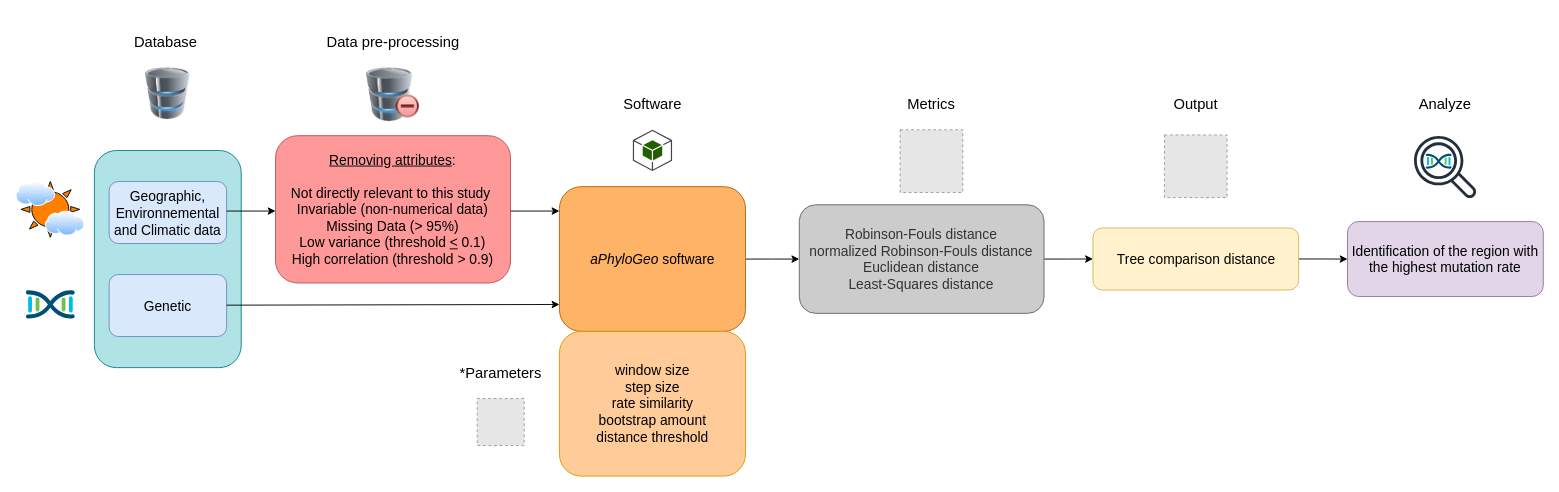
scipy-conference/scipy_proceedings keeps this draw.io diagram as papers/Gagnon_Kebe_Tahiri/diagram.drawio. Above is the earlier version. Source tidied: cells renumbered, new cells numbered last; positions are measured from the earlier drawing's top-left corner, leaving out a move shared by most shapes. Both pictures are drawn from the tidied source at 92%, with x=0, y=0 at pixel (16, 16). Pictures stored in the file or linked from it are replaced by grey dashed boxes.
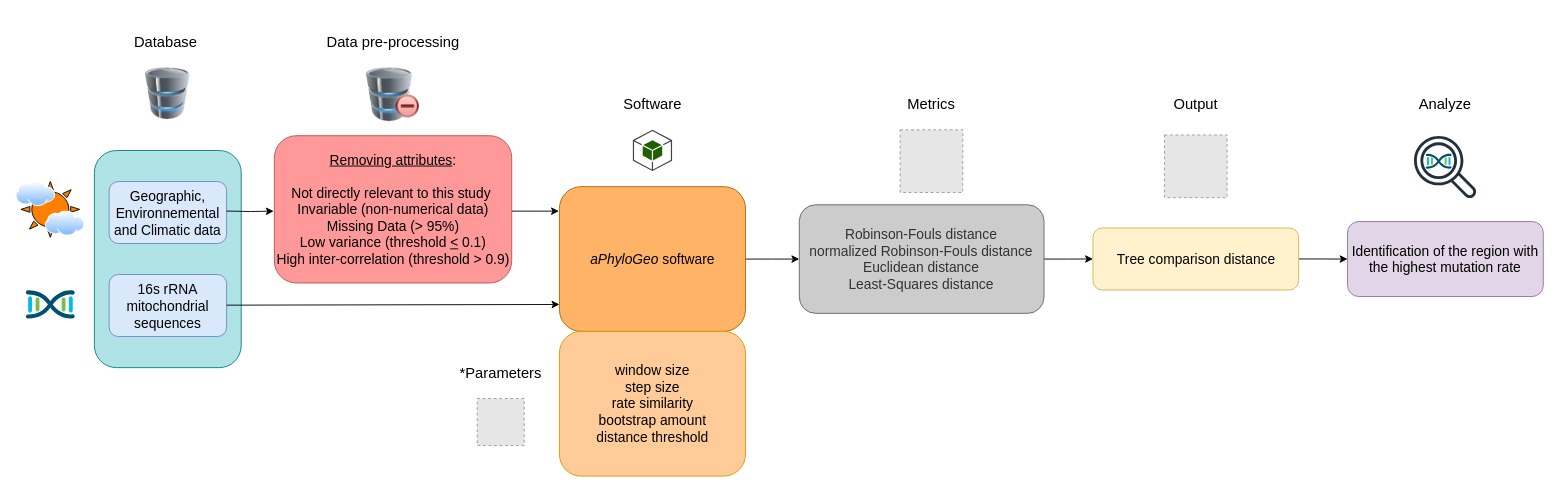
Above is the later version.

Commit message:
Mettre à jour diagram.drawio

The change refers to these unchanged cells:
```xml
<mxCell id="2" style="group;" parent="1" vertex="1">
  <mxGeometry width="1660" height="500" as="geometry" />
</mxCell>
```

The edit, as a diff of the source:
```diff
@@
-    <mxCell id="5" value="&lt;font style=&quot;font-size: 15px;&quot;&gt;Genetic&lt;/font&gt;" style="rounded=1;whiteSpace=wrap;html=1;fillColor=#dae8fc;strokeColor=#6c8ebf;" parent="2" vertex="1">
+    <mxCell id="5" value="&lt;font style=&quot;font-size: 15px;&quot;&gt;16s rRNA mitochondrial sequences&lt;/font&gt;" style="rounded=1;whiteSpace=wrap;html=1;fillColor=#dae8fc;strokeColor=#6c8ebf;" parent="2" vertex="1">
       <mxGeometry x="101.1" y="280.9" width="127.7" height="67.4" as="geometry" />
     </mxCell>
-    <mxCell id="6" value="&lt;div style=&quot;font-size: 15px;&quot;&gt;&lt;span style=&quot;background-color: initial;&quot;&gt;&lt;font style=&quot;font-size: 15px;&quot;&gt;&lt;u style=&quot;&quot;&gt;Removing attributes&lt;/u&gt;:&lt;/font&gt;&lt;/span&gt;&lt;/div&gt;&lt;div style=&quot;font-size: 15px;&quot;&gt;&lt;span style=&quot;background-color: initial;&quot;&gt;&lt;font style=&quot;font-size: 15px;&quot;&gt;&lt;br&gt;&lt;/font&gt;&lt;/span&gt;&lt;/div&gt;&lt;div style=&quot;font-size: 15px;&quot;&gt;&lt;font style=&quot;font-size: 15px;&quot;&gt;&lt;span style=&quot;background-color: initial;&quot;&gt;Not directly relevant to this study&amp;nbsp;&lt;/span&gt;&lt;br&gt;&lt;span style=&quot;background-color: initial;&quot;&gt;Invariable (non-numerical data)&lt;/span&gt;&lt;br&gt;&lt;span style=&quot;background-color: initial;&quot;&gt;Missing Data (&amp;gt; 95%)&lt;/span&gt;&lt;br&gt;&lt;span style=&quot;background-color: initial;&quot;&gt;Low variance (threshold&amp;nbsp;&lt;/span&gt;&lt;u style=&quot;background-color: initial;&quot;&gt;&amp;lt;&lt;/u&gt;&lt;span style=&quot;background-color: initial;&quot;&gt; 0.1)&lt;/span&gt;&lt;br&gt;&lt;/font&gt;&lt;/div&gt;&lt;div style=&quot;font-size: 15px;&quot;&gt;&lt;span style=&quot;background-color: initial;&quot;&gt;&lt;font style=&quot;font-size: 15px;&quot;&gt;&lt;font style=&quot;font-size: 15px;&quot;&gt;High correlation (threshold &amp;gt; 0.9&lt;/font&gt;&lt;font style=&quot;font-size: 15px;&quot;&gt;)&lt;/font&gt;&lt;/font&gt;&lt;/span&gt;&lt;/div&gt;" style="rounded=1;whiteSpace=wrap;html=1;fillColor=#FF9999;strokeColor=#b85450;align=center;" parent="2" vertex="1">
-      <mxGeometry x="282" y="130" width="255.4" height="160.1" as="geometry" />
+    <mxCell id="6" value="&lt;div style=&quot;font-size: 15px;&quot;&gt;&lt;span style=&quot;background-color: initial;&quot;&gt;&lt;font style=&quot;font-size: 15px;&quot;&gt;&lt;u style=&quot;&quot;&gt;Removing attributes&lt;/u&gt;:&lt;/font&gt;&lt;/span&gt;&lt;/div&gt;&lt;div style=&quot;font-size: 15px;&quot;&gt;&lt;span style=&quot;background-color: initial;&quot;&gt;&lt;font style=&quot;font-size: 15px;&quot;&gt;&lt;br&gt;&lt;/font&gt;&lt;/span&gt;&lt;/div&gt;&lt;div style=&quot;font-size: 15px;&quot;&gt;&lt;font style=&quot;font-size: 15px;&quot;&gt;&lt;span style=&quot;background-color: initial;&quot;&gt;Not directly relevant to this study&amp;nbsp;&lt;/span&gt;&lt;br&gt;&lt;span style=&quot;background-color: initial;&quot;&gt;Invariable (non-numerical data)&lt;/span&gt;&lt;br&gt;&lt;span style=&quot;background-color: initial;&quot;&gt;Missing Data (&amp;gt; 95%)&lt;/span&gt;&lt;br&gt;&lt;span style=&quot;background-color: initial;&quot;&gt;Low variance (threshold&amp;nbsp;&lt;/span&gt;&lt;u style=&quot;background-color: initial;&quot;&gt;&amp;lt;&lt;/u&gt;&lt;span style=&quot;background-color: initial;&quot;&gt; 0.1)&lt;/span&gt;&lt;br&gt;&lt;/font&gt;&lt;/div&gt;&lt;div style=&quot;font-size: 15px;&quot;&gt;&lt;span style=&quot;background-color: initial;&quot;&gt;&lt;font style=&quot;font-size: 15px;&quot;&gt;&lt;font style=&quot;font-size: 15px;&quot;&gt;High inter-correlation (threshold &amp;gt; 0.9&lt;/font&gt;&lt;font style=&quot;font-size: 15px;&quot;&gt;)&lt;/font&gt;&lt;/font&gt;&lt;/span&gt;&lt;/div&gt;" style="rounded=1;whiteSpace=wrap;html=1;fillColor=#FF9999;strokeColor=#b85450;align=center;" parent="2" vertex="1">
+      <mxGeometry x="280.7" y="130" width="258" height="160.1" as="geometry" />
     </mxCell>
@@
     <mxCell id="35" style="edgeStyle=orthogonalEdgeStyle;rounded=0;orthogonalLoop=1;jettySize=auto;html=1;" parent="2" edge="1">
       <mxGeometry relative="1" as="geometry">
-        <mxPoint x="537.4" y="211.9" as="sourcePoint" />
-        <mxPoint x="590.6" y="211.9" as="targetPoint" />
+        <mxPoint x="539" y="212" as="sourcePoint" />
+        <mxPoint x="590" y="212" as="targetPoint" />
       </mxGeometry>
     </mxCell>
     <mxCell id="36" style="edgeStyle=orthogonalEdgeStyle;rounded=0;orthogonalLoop=1;jettySize=auto;html=1;" parent="2" edge="1">
       <mxGeometry relative="1" as="geometry">
         <mxPoint x="228.8" y="211.9" as="sourcePoint" />
-        <mxPoint x="282" y="211.9" as="targetPoint" />
+        <mxPoint x="280" y="212" as="targetPoint" />
       </mxGeometry>
     </mxCell>
```
